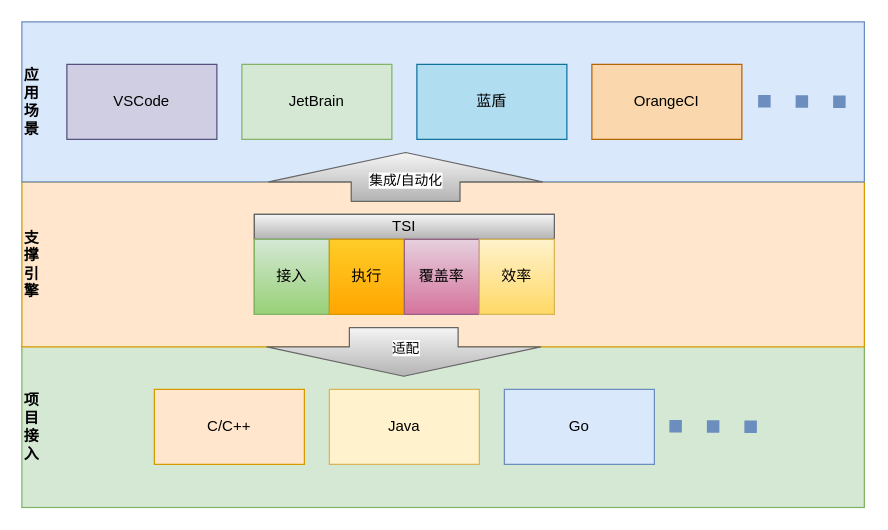
The draw.io diagram TPTArch.drawio in MengJie/design, before the edit. Source tidied: cells renumbered, new cells numbered last; positions are measured from the earlier drawing's top-left corner, leaving out a move shared by most shapes. Both pictures are drawn from the tidied source at 125%, with x=0, y=0 at pixel (21, 21).
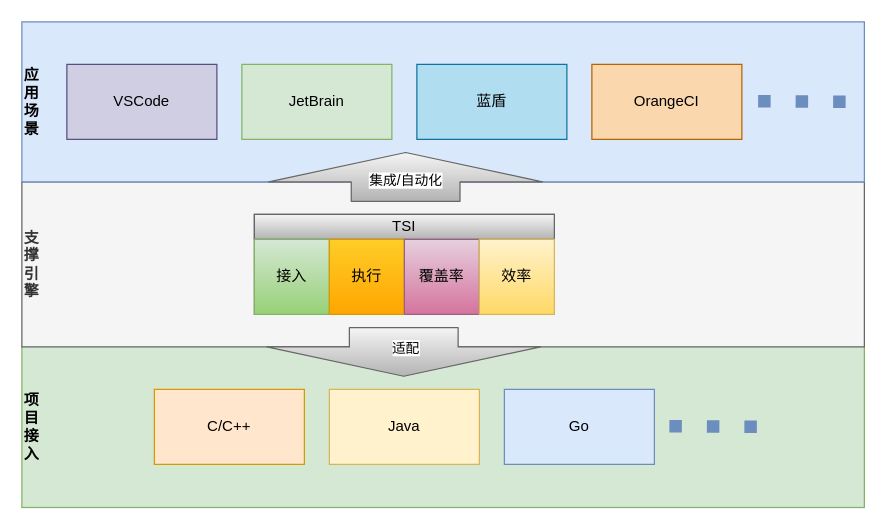
Above is the later version.

The edit, as a diff of the source:
```diff
@@
-    <mxCell id="3" value="&lt;b&gt;支&lt;br&gt;撑&lt;br&gt;引&lt;br&gt;擎&lt;/b&gt;" style="rounded=0;whiteSpace=wrap;html=1;fillColor=#ffe6cc;strokeColor=#d79b00;align=left;" parent="1" vertex="1">
+    <mxCell id="3" value="&lt;b&gt;支&lt;br&gt;撑&lt;br&gt;引&lt;br&gt;擎&lt;/b&gt;" style="rounded=0;whiteSpace=wrap;html=1;fillColor=#f5f5f5;strokeColor=#666666;align=left;fontColor=#333333;" parent="1" vertex="1">
       <mxGeometry y="128" width="674" height="132" as="geometry" />
     </mxCell>
```
